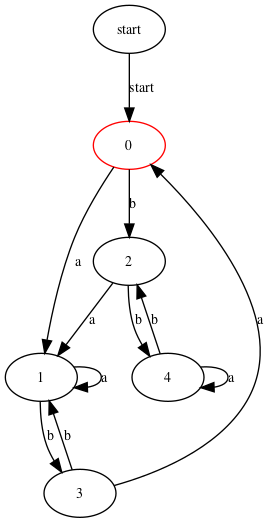
Before: minDFA.gv.png, a diagram exported from Graphviz (Snowcying/NFAtoDFA). Its source is kept beside it as minDFA.gv.
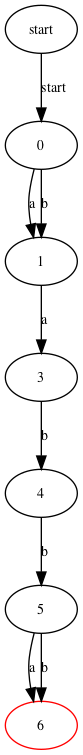
Later version of the same file.

Diff of the diagram source:
```diff
@@ -1,19 +1,17 @@
 digraph {
 	start [label=start]
-	0 [label=0 color=red]
+	6 [label=6 color=red]
+	0 [label=0]
 	0 -> 1 [label=a]
-	0 -> 2 [label=b]
+	0 -> 1 [label=b]
+	5 [label=5]
+	5 -> 6 [label=a]
+	5 -> 6 [label=b]
+	4 [label=4]
+	4 -> 5 [label=b]
+	1 [label=1]
+	1 -> 3 [label=a]
 	3 [label=3]
-	3 -> 0 [label=a]
-	3 -> 1 [label=b]
-	1 [label=1]
-	1 -> 1 [label=a]
-	1 -> 3 [label=b]
-	2 [label=2]
-	2 -> 1 [label=a]
-	2 -> 4 [label=b]
-	4 [label=4]
-	4 -> 4 [label=a]
-	4 -> 2 [label=b]
+	3 -> 4 [label=b]
 	start -> 0 [label=start]
 }
```
